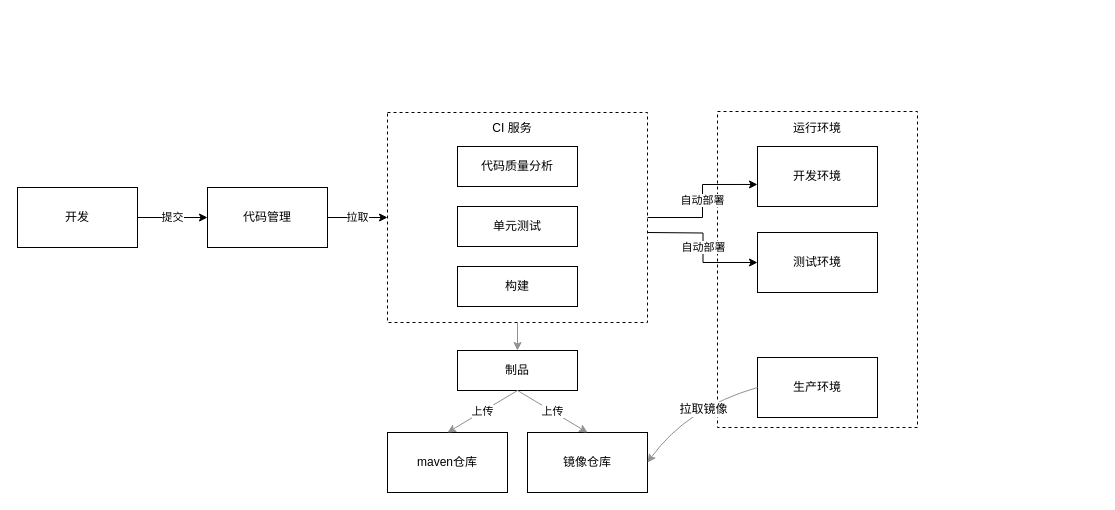
Above: DevOps&持续发布.drawio in qozi/diagram (draw.io), before the change. Source tidied: cells renumbered, new cells numbered last; positions are measured from the earlier drawing's top-left corner, leaving out a move shared by most shapes. Both pictures are drawn from the tidied source at 100%, with x=0, y=0 at pixel (17, 111).
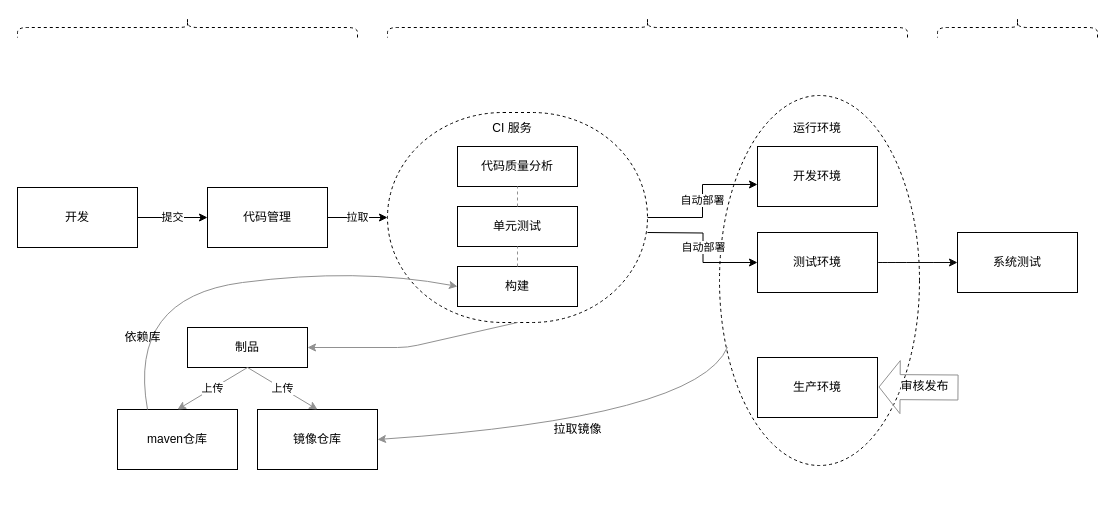
The same page after the edit.

Commit message (it also covers changes not shown here):
更新DevOps&持续发布.drawio

The change refers to these unchanged cells:
```xml
<mxCell id="7" value="构建" style="rounded=0;whiteSpace=wrap;html=1;" parent="1" vertex="1">
  <mxGeometry x="440" y="155" width="120" height="40" as="geometry" />
</mxCell>
<mxCell id="8" value="生产环境" style="rounded=0;whiteSpace=wrap;html=1;" parent="1" vertex="1">
  <mxGeometry x="740" y="246" width="120" height="60" as="geometry" />
</mxCell>
<mxCell id="11" value="代码质量分析" style="rounded=0;whiteSpace=wrap;html=1;" parent="1" vertex="1">
  <mxGeometry x="440" y="35" width="120" height="40" as="geometry" />
</mxCell>
<mxCell id="12" value="单元测试" style="rounded=0;whiteSpace=wrap;html=1;" parent="1" vertex="1">
  <mxGeometry x="440" y="95" width="120" height="40" as="geometry" />
</mxCell>
<mxCell id="16" value="测试环境" style="rounded=0;whiteSpace=wrap;html=1;" parent="1" vertex="1">
  <mxGeometry x="740" y="121" width="120" height="60" as="geometry" />
</mxCell>
```

The edit, as a diff of the source:
```diff
@@
-    <mxCell id="2" style="rounded=0;whiteSpace=wrap;html=1;strokeColor=#000000;fillColor=none;dashed=1;" parent="1" vertex="1">
-      <mxGeometry x="700" width="200" height="316" as="geometry" />
-    </mxCell>
+    <mxCell id="26" style="ellipse;whiteSpace=wrap;html=1;rounded=1;dashed=1;strokeColor=#000000;fillColor=none;" parent="1" vertex="1">
+      <mxGeometry x="702" y="-16" width="200" height="370" as="geometry" />
+    </mxCell>
@@
-    <mxCell id="4" style="rounded=0;whiteSpace=wrap;html=1;strokeColor=#000000;fillColor=none;dashed=1;" parent="1" vertex="1">
+    <mxCell id="4" style="rounded=1;whiteSpace=wrap;html=1;strokeColor=#000000;fillColor=none;dashed=1;arcSize=55;" parent="1" vertex="1">
       <mxGeometry x="370" y="1" width="260" height="210" as="geometry" />
     </mxCell>
@@
     <mxCell id="13" value="镜像仓库" style="rounded=0;whiteSpace=wrap;html=1;" parent="1" vertex="1">
-      <mxGeometry x="510" y="321" width="120" height="60" as="geometry" />
+      <mxGeometry x="240" y="298" width="120" height="60" as="geometry" />
     </mxCell>
     <mxCell id="14" value="maven仓库" style="rounded=0;whiteSpace=wrap;html=1;" parent="1" vertex="1">
-      <mxGeometry x="370" y="321" width="120" height="60" as="geometry" />
+      <mxGeometry x="100" y="298" width="120" height="60" as="geometry" />
     </mxCell>
@@
+    <mxCell id="27" style="edgeStyle=orthogonalEdgeStyle;curved=1;jettySize=auto;html=1;strokeColor=#0A0A0A;" parent="1" edge="1" source="16" target="37">
+      <mxGeometry relative="1" as="geometry" />
+    </mxCell>
@@
-    <mxCell id="20" style="curved=1;endArrow=classic;html=1;exitX=0;exitY=0.5;exitDx=0;exitDy=0;strokeColor=#919191;entryX=1;entryY=0.5;entryDx=0;entryDy=0;" parent="1" edge="1" source="8" target="13">
+    <mxCell id="20" style="curved=1;endArrow=classic;html=1;exitX=0.04;exitY=0.68;exitDx=0;exitDy=0;strokeColor=#919191;entryX=1;entryY=0.5;entryDx=0;entryDy=0;exitPerimeter=0;" parent="1" edge="1" source="26" target="13">
       <mxGeometry relative="1" as="geometry">
         <Array as="points">
-          <mxPoint x="670" y="296" />
+          <mxPoint x="680" y="306" />
         </Array>
       </mxGeometry>
     </mxCell>
     <mxCell id="21" value="拉取镜像" style="text;html=1;align=center;verticalAlign=middle;labelBackgroundColor=#ffffff;" parent="20" vertex="1">
       <mxGeometry x="-0.1" y="6" relative="1" as="geometry">
-        <mxPoint x="4.1" y="-1.7" as="offset" />
+        <mxPoint x="-18.2" y="-1.7" as="offset" />
       </mxGeometry>
     </mxCell>
     <mxCell id="22" value="制品" style="rounded=0;whiteSpace=wrap;html=1;" parent="1" vertex="1">
-      <mxGeometry x="440" y="239" width="120" height="40" as="geometry" />
+      <mxGeometry x="170" y="216" width="120" height="40" as="geometry" />
     </mxCell>
@@
     <mxCell id="25" style="endArrow=classic;html=1;strokeColor=#919191;exitX=0.5;exitY=1;exitDx=0;exitDy=0;" parent="1" edge="1" source="4" target="22">
-      <mxGeometry relative="1" as="geometry" />
+      <mxGeometry relative="1" as="geometry">
+        <Array as="points">
+          <mxPoint x="390" y="236" />
+        </Array>
+      </mxGeometry>
     </mxCell>
+    <mxCell id="28" style="shape=flexArrow;endArrow=classic;html=1;strokeColor=#919191;endWidth=27;endSize=6.7;width=25;" parent="1" edge="1">
+      <mxGeometry relative="1" as="geometry">
+        <mxPoint x="941" y="276" as="sourcePoint" />
+        <mxPoint x="861" y="275.5" as="targetPoint" />
+      </mxGeometry>
+    </mxCell>
+    <mxCell id="29" value="审核发布" style="text;html=1;align=center;verticalAlign=middle;labelBackgroundColor=#ffffff;" parent="28" vertex="1">
+      <mxGeometry x="-0.47" y="-1" relative="1" as="geometry">
+        <mxPoint x="-14" as="offset" />
+      </mxGeometry>
+    </mxCell>
+    <mxCell id="30" style="endArrow=classic;html=1;strokeColor=#919191;entryX=0;entryY=0.5;entryDx=0;entryDy=0;exitX=0.25;exitY=0;exitDx=0;exitDy=0;curved=1;" parent="1" edge="1" source="14" target="7">
+      <mxGeometry relative="1" as="geometry">
+        <Array as="points">
+          <mxPoint x="110" y="186" />
+          <mxPoint x="340" y="156" />
+        </Array>
+      </mxGeometry>
+    </mxCell>
+    <mxCell id="31" value="依赖库" style="text;html=1;align=center;verticalAlign=middle;" parent="1" vertex="1">
+      <mxGeometry x="100" y="216" width="50" height="20" as="geometry" />
+    </mxCell>
+    <mxCell id="32" style="endArrow=none;dashed=1;html=1;strokeColor=#919191;entryX=0.5;entryY=1;entryDx=0;entryDy=0;exitX=0.5;exitY=0;exitDx=0;exitDy=0;" parent="1" edge="1" source="12" target="11">
+      <mxGeometry relative="1" as="geometry" />
+    </mxCell>
+    <mxCell id="33" style="endArrow=none;dashed=1;html=1;strokeColor=#919191;exitX=0.5;exitY=0;exitDx=0;exitDy=0;" parent="1" edge="1" source="7" target="12">
+      <mxGeometry relative="1" as="geometry" />
+    </mxCell>
+    <mxCell id="34" style="shape=curlyBracket;whiteSpace=wrap;html=1;rounded=1;dashed=1;strokeColor=#000000;fillColor=none;direction=south;" parent="1" vertex="1">
+      <mxGeometry y="-94" width="340" height="20" as="geometry" />
+    </mxCell>
+    <mxCell id="35" style="shape=curlyBracket;whiteSpace=wrap;html=1;rounded=1;dashed=1;strokeColor=#000000;fillColor=none;direction=south;" parent="1" vertex="1">
+      <mxGeometry x="370" y="-94" width="520" height="20" as="geometry" />
+    </mxCell>
+    <mxCell id="36" style="shape=curlyBracket;whiteSpace=wrap;html=1;rounded=1;dashed=1;strokeColor=#000000;fillColor=none;direction=south;" parent="1" vertex="1">
+      <mxGeometry x="920" y="-94" width="160" height="20" as="geometry" />
+    </mxCell>
+    <mxCell id="37" value="系统测试" style="rounded=0;whiteSpace=wrap;html=1;" parent="1" vertex="1">
+      <mxGeometry x="940" y="121" width="120" height="60" as="geometry" />
+    </mxCell>
```
